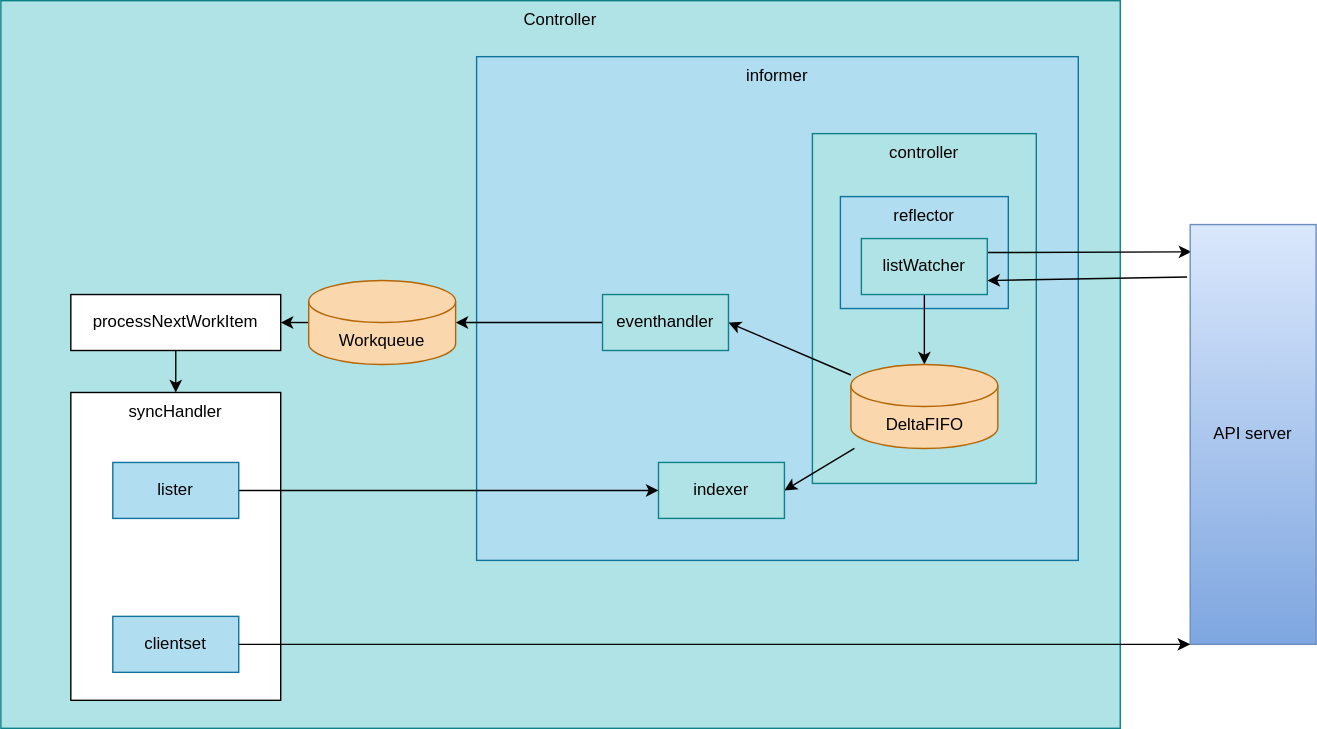
This is contents/kubernetes-operator/client-go/diagram.drawio.svg from nakamasato/kubernetes-training, a draw.io export, as it was before one commit. Source tidied: cells renumbered, new cells last; positions are measured from the earlier drawing's top-left corner, leaving out a move shared by most shapes.
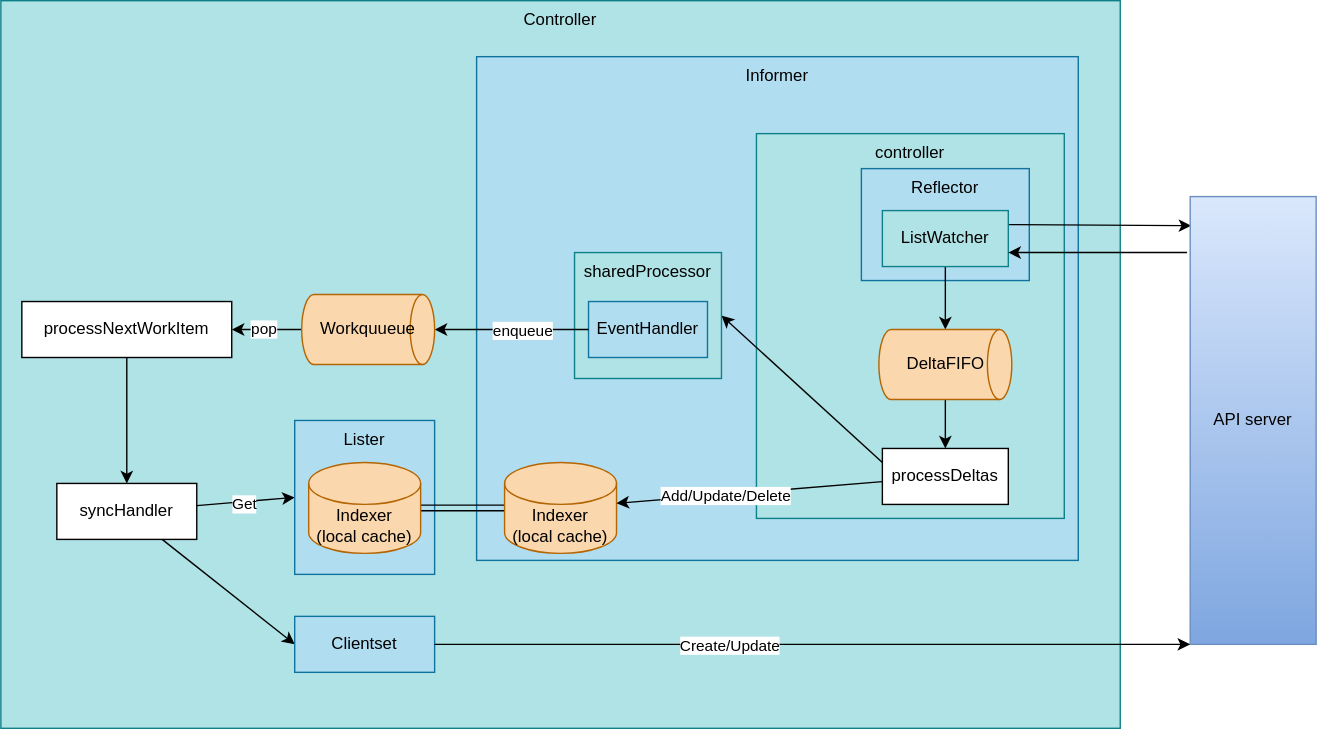
The same diagram one commit later.

Change to the diagram source:
```diff
@@ -5,76 +5,107 @@
     <mxCell id="2" value="Controller" style="rounded=0;whiteSpace=wrap;html=1;verticalAlign=top;fillColor=#b0e3e6;strokeColor=#0e8088;" parent="1" vertex="1">
       <mxGeometry width="800" height="520" as="geometry" />
     </mxCell>
+    <mxCell id="26" style="edgeStyle=none;html=1;entryX=0;entryY=0.5;entryDx=0;entryDy=0;" parent="1" edge="1" source="3" target="25">
+      <mxGeometry relative="1" as="geometry" />
+    </mxCell>
+    <mxCell id="27" value="Get" style="edgeLabel;html=1;align=center;verticalAlign=middle;" parent="26" vertex="1">
+      <mxGeometry x="-0.07" y="-2" relative="1" as="geometry" />
+    </mxCell>
+    <mxCell id="28" style="edgeStyle=none;html=1;entryX=0;entryY=0.5;entryDx=0;entryDy=0;" parent="1" edge="1" source="3" target="21">
+      <mxGeometry relative="1" as="geometry" />
+    </mxCell>
-    <mxCell id="3" value="syncHandler" style="rounded=0;whiteSpace=wrap;html=1;verticalAlign=top;" parent="1" vertex="1">
-      <mxGeometry x="50" y="280" width="150" height="220" as="geometry" />
+    <mxCell id="3" value="syncHandler" style="rounded=0;whiteSpace=wrap;html=1;verticalAlign=middle;" parent="1" vertex="1">
+      <mxGeometry x="40" y="345" width="100" height="40" as="geometry" />
     </mxCell>
-    <mxCell id="4" value="informer" style="rounded=0;whiteSpace=wrap;html=1;verticalAlign=top;fillColor=#b1ddf0;strokeColor=#10739e;" parent="1" vertex="1">
+    <mxCell id="4" value="Informer" style="rounded=0;whiteSpace=wrap;html=1;verticalAlign=top;fillColor=#b1ddf0;strokeColor=#10739e;" parent="1" vertex="1">
       <mxGeometry x="340" y="40" width="430" height="360" as="geometry" />
     </mxCell>
     <mxCell id="5" value="controller" style="rounded=0;whiteSpace=wrap;html=1;verticalAlign=top;fillColor=#b0e3e6;strokeColor=#0e8088;" parent="1" vertex="1">
-      <mxGeometry x="580" y="95" width="160" height="250" as="geometry" />
+      <mxGeometry x="540" y="95" width="220" height="275" as="geometry" />
     </mxCell>
-    <mxCell id="6" value="reflector" style="rounded=0;whiteSpace=wrap;html=1;verticalAlign=top;fillColor=#b1ddf0;strokeColor=#10739e;" parent="1" vertex="1">
-      <mxGeometry x="600" y="140" width="120" height="80" as="geometry" />
+    <mxCell id="6" value="Reflector" style="rounded=0;whiteSpace=wrap;html=1;verticalAlign=top;fillColor=#b1ddf0;strokeColor=#10739e;" parent="1" vertex="1">
+      <mxGeometry x="615" y="120" width="120" height="80" as="geometry" />
     </mxCell>
-    <mxCell id="7" style="edgeStyle=none;html=1;entryX=0.009;entryY=0.065;entryDx=0;entryDy=0;entryPerimeter=0;" parent="1" edge="1" target="10">
-      <mxGeometry relative="1" as="geometry">
-        <mxPoint x="700" y="180" as="sourcePoint" />
-      </mxGeometry>
+    <mxCell id="7" style="edgeStyle=none;html=1;entryX=0.009;entryY=0.065;entryDx=0;entryDy=0;entryPerimeter=0;exitX=1;exitY=0.25;exitDx=0;exitDy=0;" parent="1" edge="1" source="9" target="10">
+      <mxGeometry relative="1" as="geometry" />
     </mxCell>
-    <mxCell id="8" style="edgeStyle=none;html=1;" parent="1" edge="1" source="9" target="14">
+    <mxCell id="8" style="edgeStyle=none;html=1;entryX=0.5;entryY=0;entryDx=0;entryDy=0;entryPerimeter=0;" parent="1" edge="1" source="9" target="14">
       <mxGeometry relative="1" as="geometry" />
     </mxCell>
-    <mxCell id="9" value="listWatcher" style="rounded=0;whiteSpace=wrap;html=1;verticalAlign=middle;fillColor=#b0e3e6;strokeColor=#0e8088;" parent="1" vertex="1">
-      <mxGeometry x="615" y="170" width="90" height="40" as="geometry" />
+    <mxCell id="9" value="ListWatcher" style="rounded=0;whiteSpace=wrap;html=1;verticalAlign=middle;fillColor=#b0e3e6;strokeColor=#0e8088;" parent="1" vertex="1">
+      <mxGeometry x="630" y="150" width="90" height="40" as="geometry" />
     </mxCell>
     <mxCell id="10" value="API server" style="rounded=0;whiteSpace=wrap;html=1;verticalAlign=middle;fillColor=#dae8fc;gradientColor=#7ea6e0;strokeColor=#6c8ebf;" parent="1" vertex="1">
-      <mxGeometry x="850" y="160" width="90" height="300" as="geometry" />
+      <mxGeometry x="850" y="140" width="90" height="320" as="geometry" />
     </mxCell>
     <mxCell id="11" style="edgeStyle=none;html=1;entryX=1;entryY=0.75;entryDx=0;entryDy=0;exitX=-0.025;exitY=0.125;exitDx=0;exitDy=0;exitPerimeter=0;" parent="1" edge="1" source="10" target="9">
       <mxGeometry relative="1" as="geometry" />
     </mxCell>
-    <mxCell id="12" style="edgeStyle=none;html=1;entryX=1;entryY=0.5;entryDx=0;entryDy=0;" parent="1" edge="1" source="14" target="17">
+    <mxCell id="12" style="edgeStyle=none;html=1;entryX=1;entryY=0.5;entryDx=0;entryDy=0;exitX=0;exitY=0.25;exitDx=0;exitDy=0;" parent="1" edge="1" source="15" target="31">
       <mxGeometry relative="1" as="geometry" />
     </mxCell>
-    <mxCell id="13" style="edgeStyle=none;html=1;entryX=1;entryY=0.5;entryDx=0;entryDy=0;" parent="1" edge="1" source="14" target="15">
+    <mxCell id="13" style="edgeStyle=none;html=1;exitX=0.5;exitY=1;exitDx=0;exitDy=0;exitPerimeter=0;" parent="1" edge="1" source="14" target="15">
       <mxGeometry relative="1" as="geometry" />
     </mxCell>
-    <mxCell id="14" value="DeltaFIFO" style="shape=cylinder3;whiteSpace=wrap;html=1;boundedLbl=1;backgroundOutline=1;size=15;fillColor=#fad7ac;strokeColor=#b46504;" parent="1" vertex="1">
-      <mxGeometry x="607.5" y="260" width="105" height="60" as="geometry" />
-    </mxCell>
-    <mxCell id="15" value="indexer" style="rounded=0;whiteSpace=wrap;html=1;verticalAlign=middle;fillColor=#b0e3e6;strokeColor=#0e8088;" parent="1" vertex="1">
-      <mxGeometry x="470" y="330" width="90" height="40" as="geometry" />
+    <mxCell id="15" value="processDeltas" style="rounded=0;whiteSpace=wrap;html=1;verticalAlign=middle;" parent="1" vertex="1">
+      <mxGeometry x="630" y="320" width="90" height="40" as="geometry" />
     </mxCell>
-    <mxCell id="16" style="edgeStyle=none;html=1;" parent="1" edge="1" source="17" target="19">
-      <mxGeometry relative="1" as="geometry" />
-    </mxCell>
-    <mxCell id="17" value="eventhandler" style="rounded=0;whiteSpace=wrap;html=1;verticalAlign=middle;fillColor=#b0e3e6;strokeColor=#0e8088;" parent="1" vertex="1">
-      <mxGeometry x="430" y="210" width="90" height="40" as="geometry" />
-    </mxCell>
-    <mxCell id="18" style="edgeStyle=none;html=1;" parent="1" edge="1" source="19" target="23">
+    <mxCell id="18" style="edgeStyle=none;html=1;exitX=0;exitY=0.5;exitDx=0;exitDy=0;exitPerimeter=0;" parent="1" edge="1" source="38" target="23">
       <mxGeometry relative="1" as="geometry" />
     </mxCell>
-    <mxCell id="19" value="Workqueue" style="shape=cylinder3;whiteSpace=wrap;html=1;boundedLbl=1;backgroundOutline=1;size=15;fillColor=#fad7ac;strokeColor=#b46504;" parent="1" vertex="1">
-      <mxGeometry x="220" y="200" width="105" height="60" as="geometry" />
-    </mxCell>
-    <mxCell id="20" style="edgeStyle=none;html=1;entryX=0;entryY=0.5;entryDx=0;entryDy=0;exitX=1;exitY=0.5;exitDx=0;exitDy=0;" parent="1" edge="1" source="25" target="15">
-      <mxGeometry relative="1" as="geometry" />
-    </mxCell>
+    <mxCell id="29" value="pop" style="edgeLabel;html=1;align=center;verticalAlign=middle;" parent="18" vertex="1">
+      <mxGeometry x="0.08" relative="1" as="geometry" />
+    </mxCell>
-    <mxCell id="21" value="clientset" style="rounded=0;whiteSpace=wrap;html=1;verticalAlign=middle;fillColor=#b1ddf0;strokeColor=#10739e;" parent="1" vertex="1">
-      <mxGeometry x="80" y="440" width="90" height="40" as="geometry" />
+    <mxCell id="21" value="Clientset" style="rounded=0;whiteSpace=wrap;html=1;verticalAlign=middle;fillColor=#b1ddf0;strokeColor=#10739e;" parent="1" vertex="1">
+      <mxGeometry x="210" y="440" width="100" height="40" as="geometry" />
     </mxCell>
     <mxCell id="22" style="edgeStyle=none;html=1;" parent="1" edge="1" source="23" target="3">
       <mxGeometry relative="1" as="geometry" />
     </mxCell>
     <mxCell id="23" value="processNextWorkItem" style="rounded=0;whiteSpace=wrap;html=1;verticalAlign=middle;" parent="1" vertex="1">
-      <mxGeometry x="50" y="210" width="150" height="40" as="geometry" />
+      <mxGeometry x="15" y="215" width="150" height="40" as="geometry" />
     </mxCell>
     <mxCell id="24" style="edgeStyle=none;html=1;entryX=0;entryY=1;entryDx=0;entryDy=0;exitX=1;exitY=0.5;exitDx=0;exitDy=0;" parent="1" edge="1" source="21" target="10">
       <mxGeometry relative="1" as="geometry" />
     </mxCell>
+    <mxCell id="30" value="Create/Update" style="edgeLabel;html=1;align=center;verticalAlign=middle;" parent="24" vertex="1">
+      <mxGeometry x="-0.22" y="-1" relative="1" as="geometry" />
+    </mxCell>
-    <mxCell id="25" value="lister" style="rounded=0;whiteSpace=wrap;html=1;verticalAlign=middle;fillColor=#b1ddf0;strokeColor=#10739e;" parent="1" vertex="1">
-      <mxGeometry x="80" y="330" width="90" height="40" as="geometry" />
+    <mxCell id="25" value="Lister" style="rounded=0;whiteSpace=wrap;html=1;verticalAlign=top;fillColor=#b1ddf0;strokeColor=#10739e;" parent="1" vertex="1">
+      <mxGeometry x="210" y="300" width="100" height="110" as="geometry" />
     </mxCell>
+    <mxCell id="31" value="sharedProcessor" style="rounded=0;whiteSpace=wrap;html=1;verticalAlign=top;fillColor=#b0e3e6;strokeColor=#0e8088;" parent="1" vertex="1">
+      <mxGeometry x="410" y="180" width="105" height="90" as="geometry" />
+    </mxCell>
+    <mxCell id="32" style="edgeStyle=none;html=1;shape=link;" parent="1" edge="1" source="33" target="37">
+      <mxGeometry relative="1" as="geometry" />
+    </mxCell>
+    <mxCell id="33" value="Indexer&lt;br&gt;(local cache)" style="shape=cylinder3;whiteSpace=wrap;html=1;boundedLbl=1;backgroundOutline=1;size=15;fillColor=#fad7ac;strokeColor=#b46504;" parent="1" vertex="1">
+      <mxGeometry x="360" y="330" width="80" height="65" as="geometry" />
+    </mxCell>
+    <mxCell id="17" value="EventHandler" style="rounded=0;whiteSpace=wrap;html=1;verticalAlign=middle;fillColor=#b1ddf0;strokeColor=#10739e;" parent="1" vertex="1">
+      <mxGeometry x="420" y="215" width="85" height="40" as="geometry" />
+    </mxCell>
+    <mxCell id="16" style="edgeStyle=none;html=1;entryX=1;entryY=0.5;entryDx=0;entryDy=0;entryPerimeter=0;" parent="1" edge="1" source="17" target="38">
+      <mxGeometry relative="1" as="geometry" />
+    </mxCell>
+    <mxCell id="34" value="enqueue" style="edgeLabel;html=1;align=center;verticalAlign=middle;" parent="16" vertex="1">
+      <mxGeometry x="-0.14" y="1" relative="1" as="geometry" />
+    </mxCell>
+    <mxCell id="35" style="edgeStyle=none;html=1;" parent="1" edge="1" source="15" target="33">
+      <mxGeometry relative="1" as="geometry" />
+    </mxCell>
+    <mxCell id="36" value="Add/Update/Delete" style="edgeLabel;html=1;align=center;verticalAlign=middle;" parent="35" vertex="1">
+      <mxGeometry x="0.18" y="1" relative="1" as="geometry" />
+    </mxCell>
+    <mxCell id="37" value="Indexer&lt;br&gt;(local cache)" style="shape=cylinder3;whiteSpace=wrap;html=1;boundedLbl=1;backgroundOutline=1;size=15;fillColor=#fad7ac;strokeColor=#b46504;" parent="1" vertex="1">
+      <mxGeometry x="220" y="330" width="80" height="65" as="geometry" />
+    </mxCell>
+    <mxCell id="14" value="DeltaFIFO" style="strokeWidth=1;html=1;shape=mxgraph.flowchart.direct_data;whiteSpace=wrap;fillColor=#fad7ac;strokeColor=#b46504;" parent="1" vertex="1">
+      <mxGeometry x="627.5" y="235" width="95" height="50" as="geometry" />
+    </mxCell>
+    <mxCell id="38" value="Workquueue" style="strokeWidth=1;html=1;shape=mxgraph.flowchart.direct_data;whiteSpace=wrap;fillColor=#fad7ac;strokeColor=#b46504;" parent="1" vertex="1">
+      <mxGeometry x="215" y="210" width="95" height="50" as="geometry" />
+    </mxCell>
   </root>
 </mxGraphModel>
```
